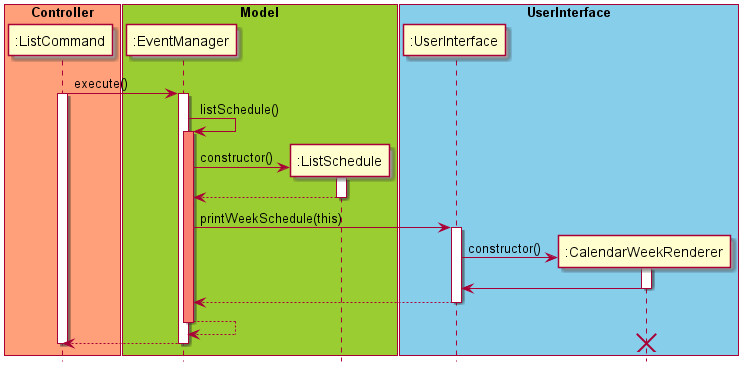
Earlier version of the PlantUML export docs/diagram/ListWeekSequence.png (untitle4/tp). Source of this version:
```plantuml
@startuml
hide footbox

box "Controller" #LightSalmon
participant ":ListCommand"
end box

box "Model" #YellowGreen
participant ":EventManager"
participant ":ListSchedule"
end box

box "UserInterface" #skyblue
participant ":UserInterface"
participant ":CalendarWeekRenderer"
end box

":ListCommand" -> ":EventManager" : execute()
activate ":ListCommand"
activate ":EventManager"
":EventManager" -> ":EventManager" : listSchedule()
activate ":EventManager" #Salmon
":EventManager" -> ":ListSchedule"** : constructor()
activate ":ListSchedule"
":ListSchedule" --> ":EventManager"
deactivate ":ListSchedule"
":EventManager" -> ":UserInterface" : printWeekSchedule(this)
activate ":UserInterface"
":UserInterface" -> ":CalendarWeekRenderer"** : constructor()
activate ":CalendarWeekRenderer"
":CalendarWeekRenderer" -> ":UserInterface"
deactivate ":CalendarWeekRenderer"
":UserInterface" --> ":EventManager"
deactivate ":UserInterface"
":EventManager" --> ":EventManager"
deactivate ":EventManager"
":EventManager" --> ":ListCommand"
deactivate
deactivate ":ListCommand"
destroy ":CalendarWeekRenderer"

@enduml
```
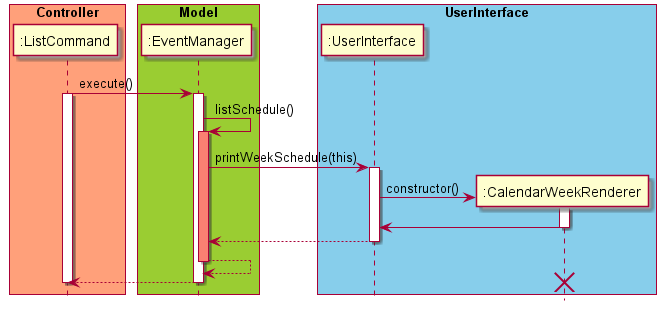
Above is the later version.

Diff of the diagram source:
```diff
@@ -1,5 +1,6 @@
 @startuml
 hide footbox
+skinparam BoxPadding 5
 
 box "Controller" #LightSalmon
 participant ":ListCommand"
@@ -7,7 +8,6 @@
 
 box "Model" #YellowGreen
 participant ":EventManager"
-participant ":ListSchedule"
 end box
 
 box "UserInterface" #skyblue
@@ -20,10 +20,6 @@
 activate ":EventManager"
 ":EventManager" -> ":EventManager" : listSchedule()
 activate ":EventManager" #Salmon
-":EventManager" -> ":ListSchedule"** : constructor()
-activate ":ListSchedule"
-":ListSchedule" --> ":EventManager"
-deactivate ":ListSchedule"
 ":EventManager" -> ":UserInterface" : printWeekSchedule(this)
 activate ":UserInterface"
 ":UserInterface" -> ":CalendarWeekRenderer"** : constructor()
```
